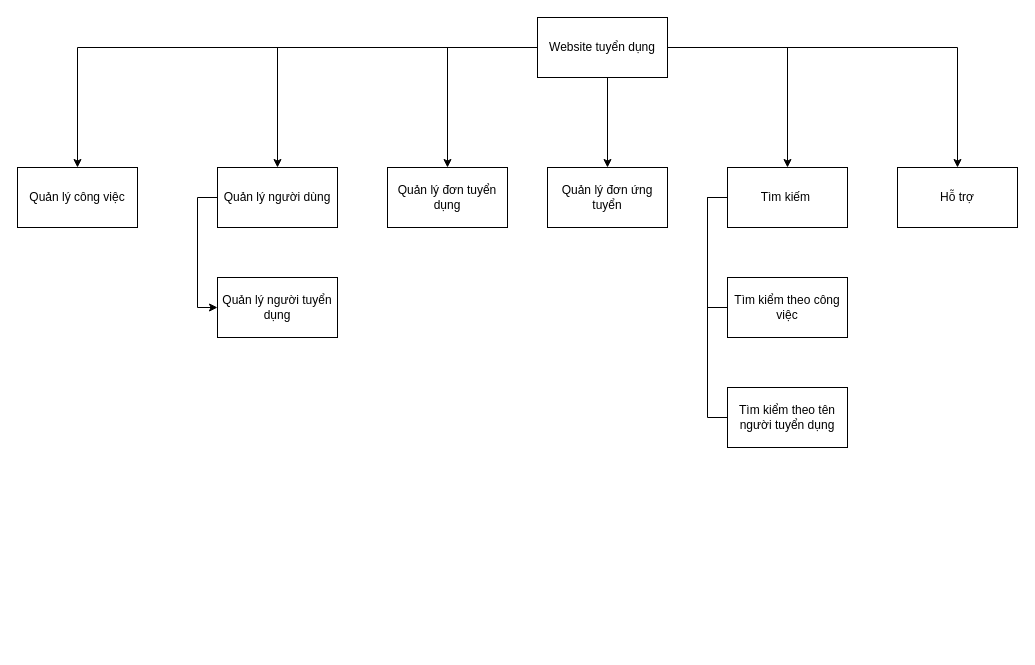
Above: PHANRACHUCNANG.drawio in LeeTaDa/LeTatDat (draw.io), before the change. Source tidied: cells renumbered, new cells numbered last; positions are measured from the earlier drawing's top-left corner, leaving out a move shared by most shapes. Both pictures are drawn from the tidied source at 100%, with x=0, y=0 at pixel (17, 17).
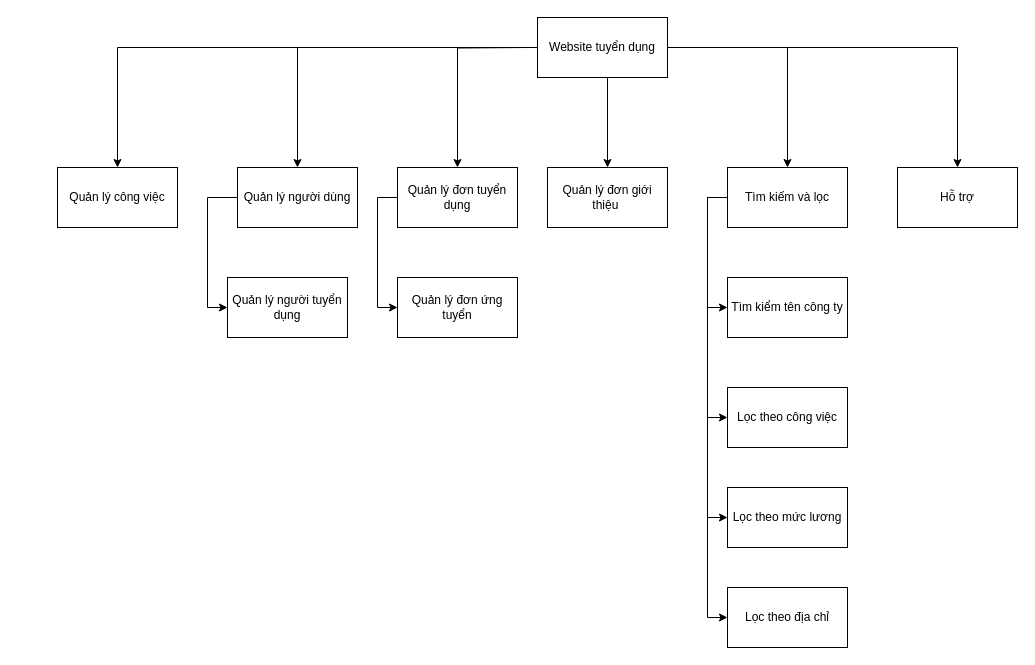
After the change.

The change refers to these unchanged cells:
```xml
<mxCell id="7" value="Website tuyển dụng" style="rounded=0;whiteSpace=wrap;html=1;" parent="1" vertex="1">
  <mxGeometry x="520" width="130" height="60" as="geometry" />
</mxCell>
```

Diff of the diagram source:
```diff
@@
-    <mxCell id="2" style="edgeStyle=orthogonalEdgeStyle;rounded=0;jettySize=auto;html=1;entryX=0.5;entryY=0;entryDx=0;entryDy=0;" parent="1" edge="1" source="7" target="8">
-      <mxGeometry relative="1" as="geometry" />
+    <mxCell id="2" style="edgeStyle=orthogonalEdgeStyle;rounded=0;jettySize=auto;html=1;entryX=0.5;entryY=0;entryDx=0;entryDy=0;" parent="1" edge="1" target="8">
+      <mxGeometry relative="1" as="geometry">
+        <mxPoint x="510" y="30" as="sourcePoint" />
+      </mxGeometry>
     </mxCell>
@@
+    <mxCell id="21" style="edgeStyle=elbowEdgeStyle;rounded=0;jettySize=auto;html=1;entryX=0;entryY=0.5;entryDx=0;entryDy=0;" parent="1" edge="1" source="8" target="26">
+      <mxGeometry relative="1" as="geometry">
+        <Array as="points">
+          <mxPoint x="360" y="250" />
+          <mxPoint x="350" y="240" />
+        </Array>
+      </mxGeometry>
+    </mxCell>
     <mxCell id="8" value="Quản lý đơn tuyển dụng" style="rounded=0;whiteSpace=wrap;html=1;" parent="1" vertex="1">
-      <mxGeometry x="370" y="150" width="120" height="60" as="geometry" />
+      <mxGeometry x="380" y="150" width="120" height="60" as="geometry" />
     </mxCell>
-    <mxCell id="9" style="edgeStyle=elbowEdgeStyle;rounded=0;orthogonalLoop=1;jettySize=auto;html=1;entryX=0;entryY=0.5;entryDx=0;entryDy=0;" parent="1" edge="1">
+    <mxCell id="9" style="edgeStyle=elbowEdgeStyle;rounded=0;jettySize=auto;html=1;entryX=0;entryY=0.5;entryDx=0;entryDy=0;" parent="1" edge="1" target="18">
       <mxGeometry relative="1" as="geometry">
         <mxPoint x="730" y="180" as="sourcePoint" />
-        <mxPoint x="730" y="290" as="targetPoint" />
         <Array as="points">
           <mxPoint x="690" y="280" />
         </Array>
       </mxGeometry>
     </mxCell>
-    <mxCell id="10" style="edgeStyle=elbowEdgeStyle;rounded=0;orthogonalLoop=1;jettySize=auto;html=1;entryX=0;entryY=0.5;entryDx=0;entryDy=0;" parent="1" edge="1">
+    <mxCell id="10" style="edgeStyle=elbowEdgeStyle;rounded=0;jettySize=auto;html=1;entryX=0;entryY=0.5;entryDx=0;entryDy=0;" parent="1" edge="1" target="19">
       <mxGeometry relative="1" as="geometry">
         <mxPoint x="730" y="180" as="sourcePoint" />
-        <mxPoint x="730" y="400" as="targetPoint" />
         <Array as="points">
           <mxPoint x="690" y="320" />
         </Array>
       </mxGeometry>
     </mxCell>
+    <mxCell id="22" style="edgeStyle=elbowEdgeStyle;rounded=0;jettySize=auto;html=1;entryX=0;entryY=0.5;entryDx=0;entryDy=0;" parent="1" edge="1" source="11" target="24">
+      <mxGeometry relative="1" as="geometry">
+        <Array as="points">
+          <mxPoint x="690" y="350" />
+        </Array>
+      </mxGeometry>
+    </mxCell>
+    <mxCell id="23" style="edgeStyle=elbowEdgeStyle;rounded=0;jettySize=auto;html=1;entryX=0;entryY=0.5;entryDx=0;entryDy=0;" parent="1" edge="1" source="11" target="25">
+      <mxGeometry relative="1" as="geometry">
+        <Array as="points">
+          <mxPoint x="690" y="410" />
+        </Array>
+      </mxGeometry>
+    </mxCell>
-    <mxCell id="11" value="Tìm kiếm&amp;nbsp;" style="rounded=0;whiteSpace=wrap;html=1;" parent="1" vertex="1">
+    <mxCell id="11" value="Tìm kiếm và lọc" style="rounded=0;whiteSpace=wrap;html=1;" parent="1" vertex="1">
       <mxGeometry x="710" y="150" width="120" height="60" as="geometry" />
     </mxCell>
-    <mxCell id="12" value="Quản lý đơn ứng tuyển" style="rounded=0;whiteSpace=wrap;html=1;" parent="1" vertex="1">
+    <mxCell id="12" value="Quản lý đơn giới thiệu&amp;nbsp;" style="rounded=0;whiteSpace=wrap;html=1;" parent="1" vertex="1">
       <mxGeometry x="530" y="150" width="120" height="60" as="geometry" />
     </mxCell>
@@
     <mxCell id="14" style="edgeStyle=elbowEdgeStyle;rounded=0;jettySize=auto;html=1;entryX=0;entryY=0.5;entryDx=0;entryDy=0;" parent="1" edge="1" source="15" target="17">
       <mxGeometry relative="1" as="geometry">
         <Array as="points">
-          <mxPoint x="180" y="260" />
+          <mxPoint x="190" y="260" />
         </Array>
       </mxGeometry>
     </mxCell>
     <mxCell id="15" value="Quản lý người dùng" style="rounded=0;whiteSpace=wrap;html=1;" parent="1" vertex="1">
-      <mxGeometry x="200" y="150" width="120" height="60" as="geometry" />
+      <mxGeometry x="220" y="150" width="120" height="60" as="geometry" />
     </mxCell>
@@
     <mxCell id="17" value="Quản lý người tuyển dụng" style="rounded=0;whiteSpace=wrap;html=1;" parent="1" vertex="1">
-      <mxGeometry x="200" y="260" width="120" height="60" as="geometry" />
+      <mxGeometry x="210" y="260" width="120" height="60" as="geometry" />
     </mxCell>
-    <mxCell id="18" value="Tìm kiểm theo công việc" style="rounded=0;whiteSpace=wrap;html=1;" parent="1" vertex="1">
+    <mxCell id="18" value="Tìm kiểm tên công ty" style="rounded=0;whiteSpace=wrap;html=1;" parent="1" vertex="1">
       <mxGeometry x="710" y="260" width="120" height="60" as="geometry" />
     </mxCell>
-    <mxCell id="19" value="Tìm kiểm theo tên người tuyển dụng" style="rounded=0;whiteSpace=wrap;html=1;" parent="1" vertex="1">
+    <mxCell id="19" value="Lọc theo công việc" style="rounded=0;whiteSpace=wrap;html=1;" parent="1" vertex="1">
       <mxGeometry x="710" y="370" width="120" height="60" as="geometry" />
     </mxCell>
     <mxCell id="20" value="Quản lý công việc" style="rounded=0;whiteSpace=wrap;html=1;" parent="1" vertex="1">
-      <mxGeometry y="150" width="120" height="60" as="geometry" />
+      <mxGeometry x="40" y="150" width="120" height="60" as="geometry" />
     </mxCell>
+    <mxCell id="24" value="Lọc theo mức lương" style="rounded=0;whiteSpace=wrap;html=1;" parent="1" vertex="1">
+      <mxGeometry x="710" y="470" width="120" height="60" as="geometry" />
+    </mxCell>
+    <mxCell id="25" value="Lọc theo địa chỉ" style="rounded=0;whiteSpace=wrap;html=1;" parent="1" vertex="1">
+      <mxGeometry x="710" y="570" width="120" height="60" as="geometry" />
+    </mxCell>
+    <mxCell id="26" value="Quản lý đơn ứng tuyển" style="rounded=0;whiteSpace=wrap;html=1;" parent="1" vertex="1">
+      <mxGeometry x="380" y="260" width="120" height="60" as="geometry" />
+    </mxCell>
```
